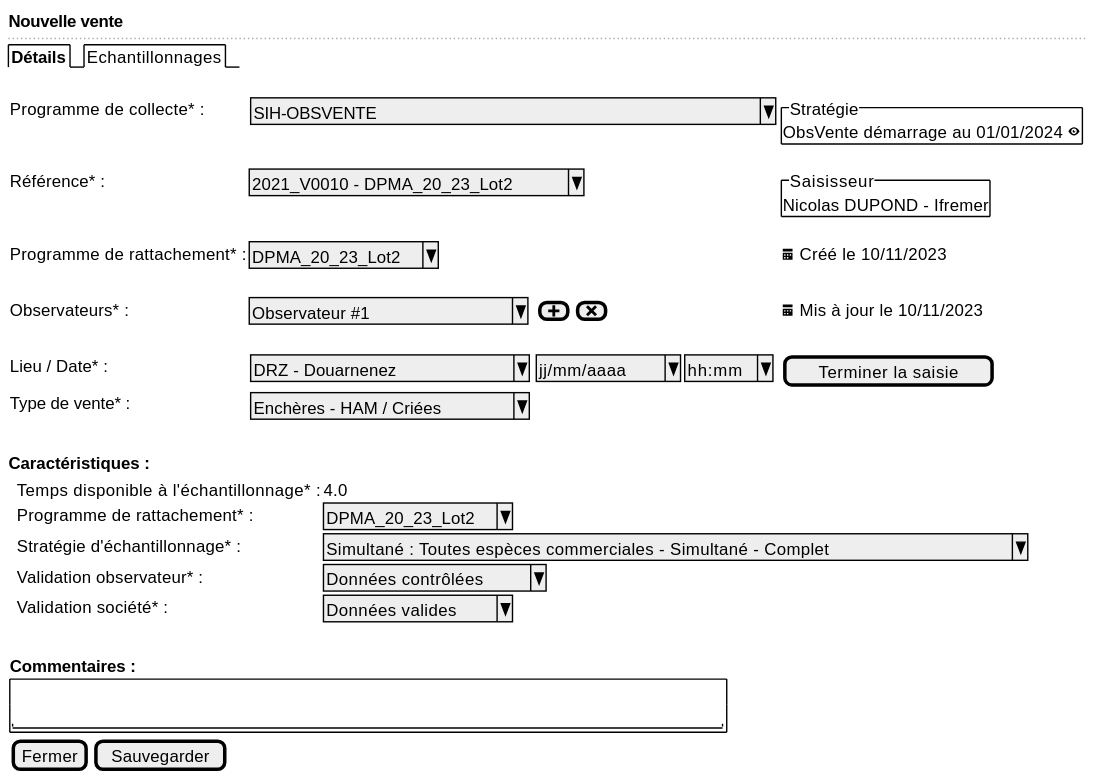
This is projects/obsvente/spe/images/sale-new.svg from sumaris-net/sumaris-doc, a PlantUML export, as it was before one commit. The source it was exported from:
```plantuml
@startsalt
{
  <b>Nouvelle vente
  ..
  {/ <b>Détails | Echantillonnages }
  .
  {

      Programme de collecte* :    | { ^SIH-OBSVENTE                                 ^ } | * | {^"Stratégie"
                                                                                              ObsVente démarrage au 01/01/2024 <&eye> }

      Référence* : | ^2021_V0010 - DPMA_20_23_Lot2^ | * | {^"Saisisseur"
                                                          Nicolas DUPOND - Ifremer  }

      Programme de rattachement* : | ^DPMA_20_23_Lot2^ | * | <&calendar> Créé le 10/11/2023
      .
      Observateurs* :            | ^ Observateur #1        ^ | { [<&plus>] | [<&x>] } | <&calendar> Mis à jour le 10/11/2023
      .
      Lieu / Date* :     | { ^DRZ - Douarnenez       ^ } | { ^ jj/mm/aaaa^  |  ^ hh:mm^ } | [Terminer la saisie]
      Type de vente* :   | { ^Enchères - HAM / Criées^}
      .
  }

  <b>Caractéristiques :

  {
      . | Temps disponible à l'échantillonnage* :| 4.0
      . | Programme de rattachement* :   | ^DPMA_20_23_Lot2^
      . | Stratégie d'échantillonnage* : | ^Simultané : Toutes espèces commerciales - Simultané - Complet^
      . | Validation observateur* : | ^Données contrôlées^
      . | Validation société* : | ^Données valides^
      . | .
  }

  {
     <b>Commentaires :

     {+ .
        "                                                               "
     }
  }

  { [Fermer] | [Sauvegarder] }
}
@endsalt
```
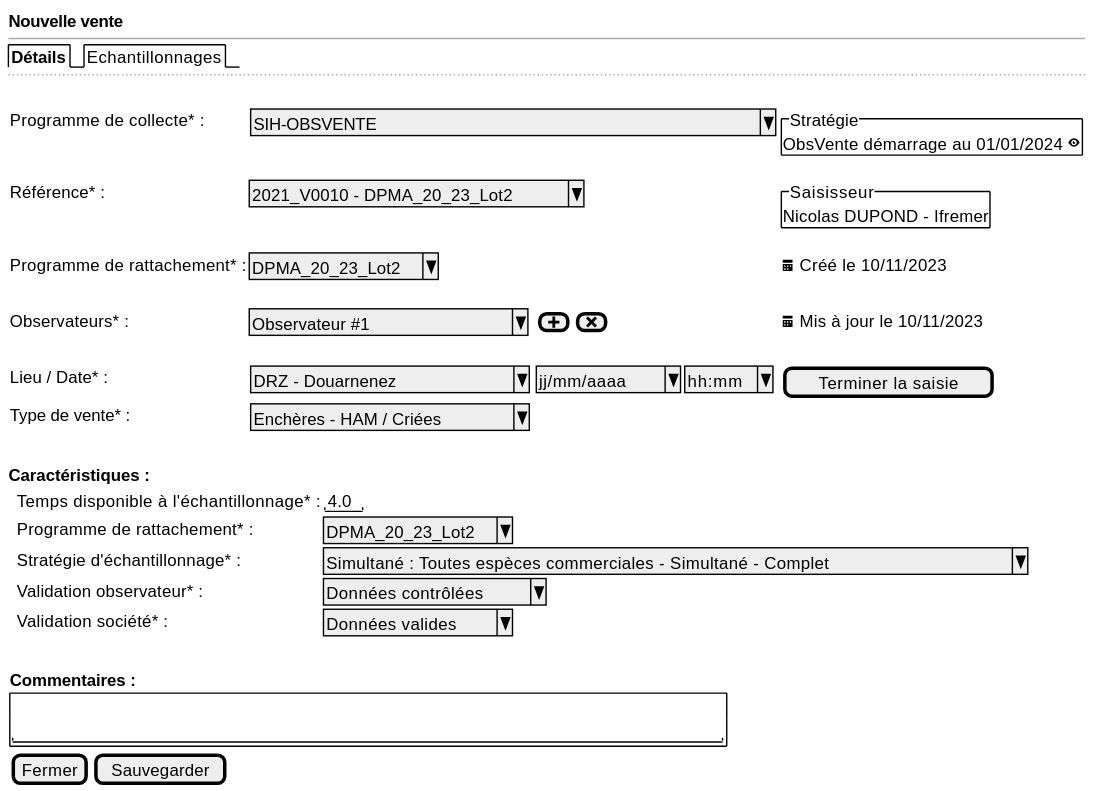
The same file after the commit.

The edit, as a diff of the source:
```diff
@@ -1,8 +1,9 @@
 @startsalt
 {
   <b>Nouvelle vente
+  --
+  {/ <b>Détails | Echantillonnages }
   ..
-  {/ <b>Détails | Echantillonnages }
   .
   {
 
@@ -24,7 +25,7 @@
   <b>Caractéristiques :
 
   {
-      . | Temps disponible à l'échantillonnage* :| 4.0
+      . | Temps disponible à l'échantillonnage* :| "4.0"
       . | Programme de rattachement* :   | ^DPMA_20_23_Lot2^
       . | Stratégie d'échantillonnage* : | ^Simultané : Toutes espèces commerciales - Simultané - Complet^
       . | Validation observateur* : | ^Données contrôlées^
```
